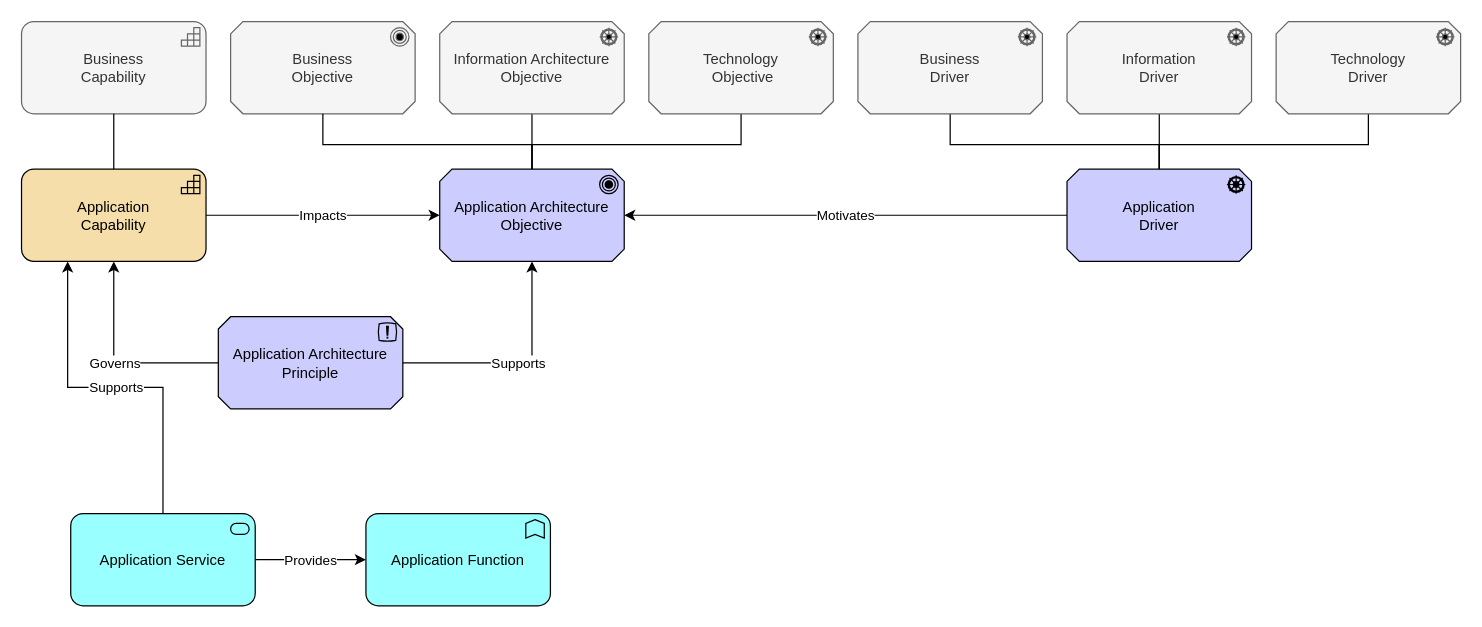
darrellcbrown/architecture-diagrams keeps this draw.io diagram as page "App Metamodel" (10 of 13) of ReferenceArchitecture.drawio. Above is the earlier version. Source tidied: cells renumbered, new cells numbered last; positions are measured from the earlier drawing's top-left corner, leaving out a move shared by most shapes. Both pictures are drawn from the tidied source at 123%, with x=0, y=0 at pixel (21, 21).
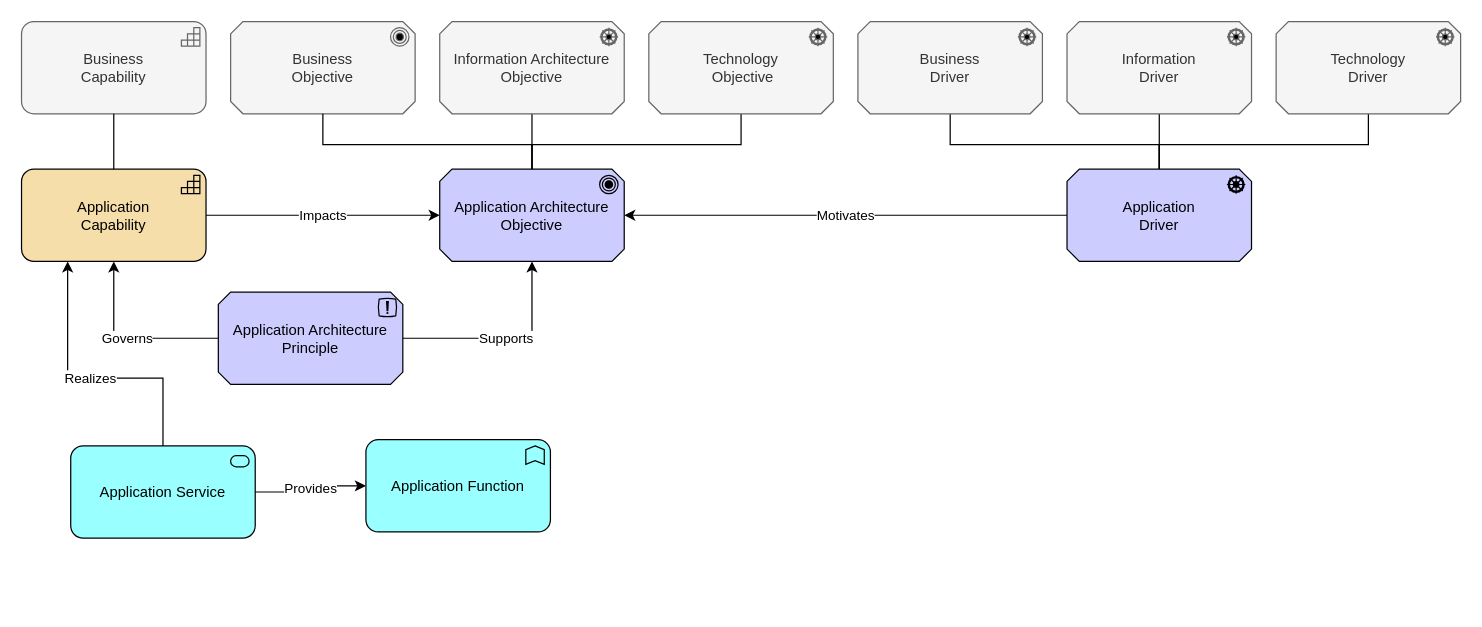
The same page after the edit.

Unchanged cells that the change refers to:
```xml
<mxCell id="13" value="Application&lt;br&gt;Capability" style="html=1;outlineConnect=0;whiteSpace=wrap;fillColor=#F5DEAA;shape=mxgraph.archimate3.application;appType=capability;archiType=rounded;" parent="1" vertex="1">
  <mxGeometry y="120" width="150" height="75" as="geometry" />
</mxCell>
```

The edit, as a diff of the source:
```diff
@@
     <mxCell id="22" value="Application Architecture Principle" style="html=1;outlineConnect=0;whiteSpace=wrap;fillColor=#CCCCFF;shape=mxgraph.archimate3.application;appType=principle;archiType=oct;" parent="1" vertex="1">
-      <mxGeometry x="160" y="240" width="150" height="75" as="geometry" />
+      <mxGeometry x="160" y="220" width="150" height="75" as="geometry" />
     </mxCell>
@@
-    <mxCell id="24" value="Supports" style="rounded=0;jettySize=auto;html=1;entryX=0.25;entryY=1;entryDx=0;entryDy=0;entryPerimeter=0;exitX=0.5;exitY=0;exitDx=0;exitDy=0;exitPerimeter=0;edgeStyle=orthogonalEdgeStyle;" parent="1" edge="1" source="25" target="13">
-      <mxGeometry relative="1" as="geometry" />
+    <mxCell id="24" value="Realizes" style="rounded=0;jettySize=auto;html=1;entryX=0.25;entryY=1;entryDx=0;entryDy=0;entryPerimeter=0;exitX=0.5;exitY=0;exitDx=0;exitDy=0;exitPerimeter=0;edgeStyle=orthogonalEdgeStyle;" parent="1" edge="1" source="25" target="13">
+      <mxGeometry relative="1" as="geometry">
+        <Array as="points">
+          <mxPoint x="115" y="290" />
+          <mxPoint x="38" y="290" />
+        </Array>
+      </mxGeometry>
     </mxCell>
     <mxCell id="25" value="Application Service" style="html=1;outlineConnect=0;whiteSpace=wrap;fillColor=#99ffff;shape=mxgraph.archimate3.application;appType=serv;archiType=rounded;" parent="1" vertex="1">
-      <mxGeometry x="40" y="400" width="150" height="75" as="geometry" />
+      <mxGeometry x="40" y="345" width="150" height="75" as="geometry" />
     </mxCell>
     <mxCell id="26" value="Application Function" style="html=1;outlineConnect=0;whiteSpace=wrap;fillColor=#99ffff;shape=mxgraph.archimate3.application;appType=func;archiType=rounded;" parent="1" vertex="1">
-      <mxGeometry x="280" y="400" width="150" height="75" as="geometry" />
+      <mxGeometry x="280" y="340" width="150" height="75" as="geometry" />
     </mxCell>
```
